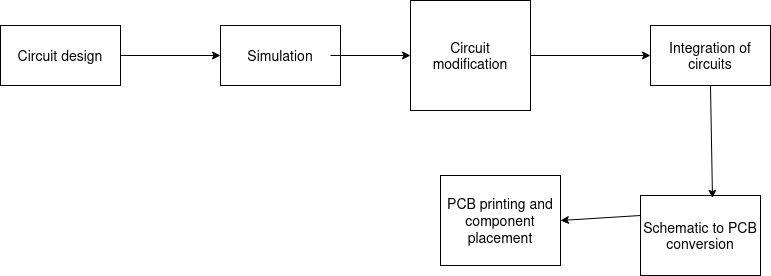
The draw.io diagram Untitled_Diagram.drawio.png in achieng65/alx-system_engineering-devops, before a commit. Source tidied: cells renumbered, new cells last; positions are measured from the earlier drawing's top-left corner, leaving out a move shared by most shapes.
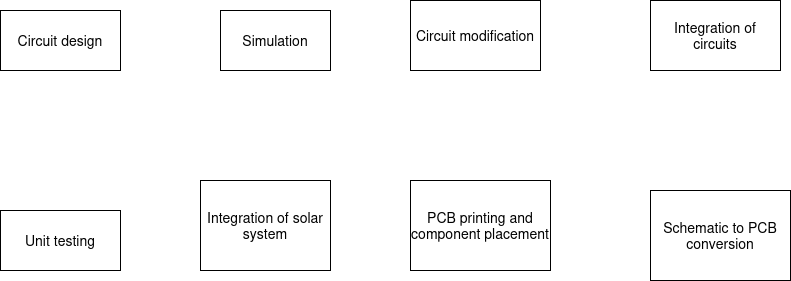
The same file after the commit.

The edit, as a diff of the source:
```diff
@@ -6,42 +6,25 @@
       <mxGeometry y="25" width="120" height="60" as="geometry" />
     </mxCell>
     <mxCell id="3" value="&lt;font style=&quot;font-size: 14px;&quot;&gt;Simulation&lt;/font&gt;" style="rounded=0;whiteSpace=wrap;html=1;" parent="1" vertex="1">
-      <mxGeometry x="220" y="25" width="120" height="60" as="geometry" />
+      <mxGeometry x="220" y="25" width="110" height="60" as="geometry" />
     </mxCell>
     <mxCell id="4" value="&lt;font style=&quot;font-size: 14px;&quot;&gt;Circuit modification&lt;/font&gt;" style="rounded=0;whiteSpace=wrap;html=1;" parent="1" vertex="1">
-      <mxGeometry x="410" width="120" height="110" as="geometry" />
+      <mxGeometry x="410" y="15" width="130" height="70" as="geometry" />
     </mxCell>
     <mxCell id="5" value="&lt;font style=&quot;font-size: 14px;&quot;&gt;Schematic to PCB conversion&lt;/font&gt;" style="rounded=0;whiteSpace=wrap;html=1;" parent="1" vertex="1">
-      <mxGeometry x="640" y="195" width="120" height="80" as="geometry" />
+      <mxGeometry x="650" y="205" width="140" height="90" as="geometry" />
     </mxCell>
-    <mxCell id="6" style="endArrow=classic;html=1;rounded=0;entryX=0;entryY=0.5;entryDx=0;entryDy=0;" parent="1" edge="1" target="3">
-      <mxGeometry relative="1" as="geometry">
-        <mxPoint x="120" y="55" as="sourcePoint" />
-      </mxGeometry>
-    </mxCell>
-    <mxCell id="7" style="endArrow=classic;html=1;rounded=0;entryX=0;entryY=0.5;entryDx=0;entryDy=0;" parent="1" edge="1" target="4">
-      <mxGeometry relative="1" as="geometry">
-        <mxPoint x="330" y="55" as="sourcePoint" />
-      </mxGeometry>
-    </mxCell>
-    <mxCell id="8" style="endArrow=classic;html=1;rounded=0;entryX=0;entryY=0.5;entryDx=0;entryDy=0;" parent="1" edge="1" target="10">
-      <mxGeometry relative="1" as="geometry">
-        <mxPoint x="530" y="55" as="sourcePoint" />
-      </mxGeometry>
-    </mxCell>
     <mxCell id="9" value="&lt;font style=&quot;font-size: 14px;&quot;&gt;PCB printing and component placement&lt;/font&gt;" style="rounded=0;whiteSpace=wrap;html=1;" parent="1" vertex="1">
-      <mxGeometry x="440" y="175" width="120" height="90" as="geometry" />
+      <mxGeometry x="410" y="195" width="140" height="90" as="geometry" />
     </mxCell>
     <mxCell id="10" value="&lt;font style=&quot;font-size: 14px;&quot;&gt;Integration of circuits&lt;/font&gt;" style="rounded=0;whiteSpace=wrap;html=1;" parent="1" vertex="1">
-      <mxGeometry x="650" y="25" width="120" height="60" as="geometry" />
+      <mxGeometry x="650" y="15" width="130" height="70" as="geometry" />
     </mxCell>
-    <mxCell id="11" style="endArrow=classic;html=1;rounded=0;entryX=0.6;entryY=0.033;entryDx=0;entryDy=0;entryPerimeter=0;" parent="1" edge="1" target="5">
-      <mxGeometry relative="1" as="geometry">
-        <mxPoint x="710" y="85" as="sourcePoint" />
-      </mxGeometry>
-    </mxCell>
-    <mxCell id="12" style="endArrow=classic;html=1;rounded=0;entryX=1;entryY=0.5;entryDx=0;entryDy=0;exitX=0;exitY=0.25;exitDx=0;exitDy=0;" parent="1" edge="1" source="5" target="9">
-      <mxGeometry relative="1" as="geometry" />
-    </mxCell>
+    <mxCell id="13" value="&lt;font style=&quot;font-size: 14px;&quot;&gt;Integration of solar system&lt;/font&gt;" style="rounded=0;whiteSpace=wrap;html=1;" parent="1" vertex="1">
+      <mxGeometry x="200" y="195" width="130" height="90" as="geometry" />
+    </mxCell>
+    <mxCell id="14" value="&lt;font style=&quot;font-size: 14px;&quot;&gt;Unit testing&lt;/font&gt;" style="rounded=0;whiteSpace=wrap;html=1;" parent="1" vertex="1">
+      <mxGeometry y="225" width="120" height="60" as="geometry" />
+    </mxCell>
   </root>
 </mxGraphModel>
```
